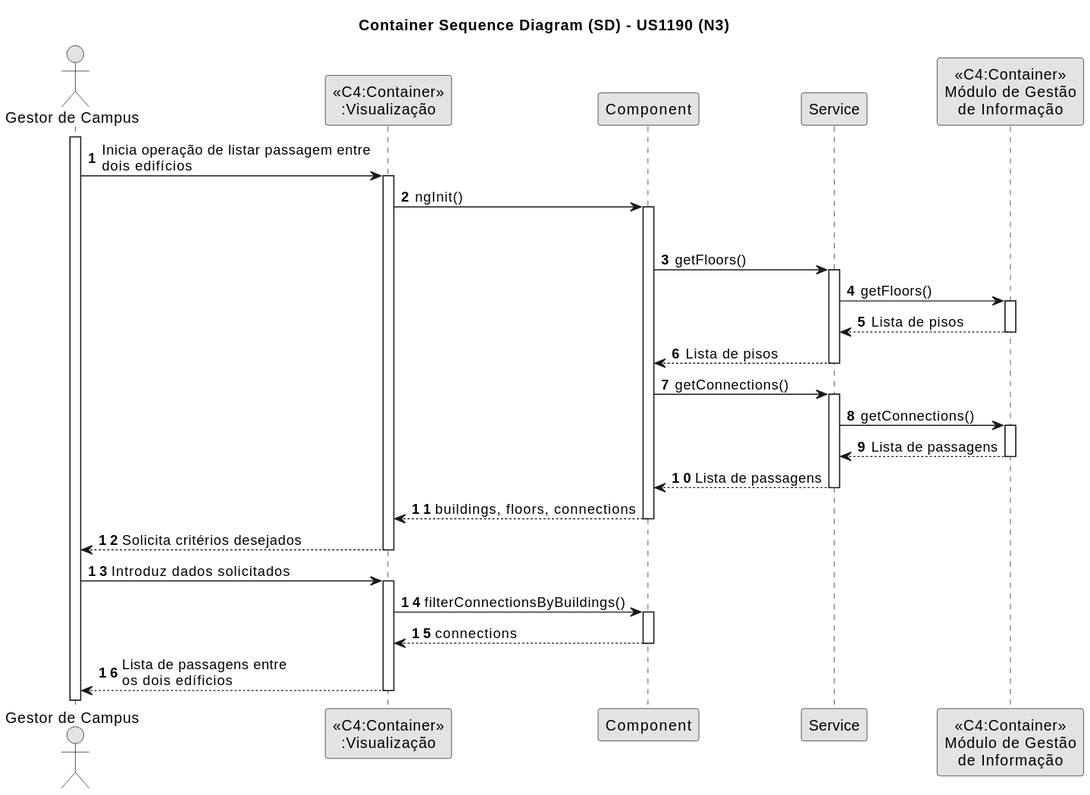
This is docs/SprintB/1211171/us1190/SD-N3-US1190.svg from pedrocmesquita/RobDroneGo, a PlantUML export, as it was before one commit.
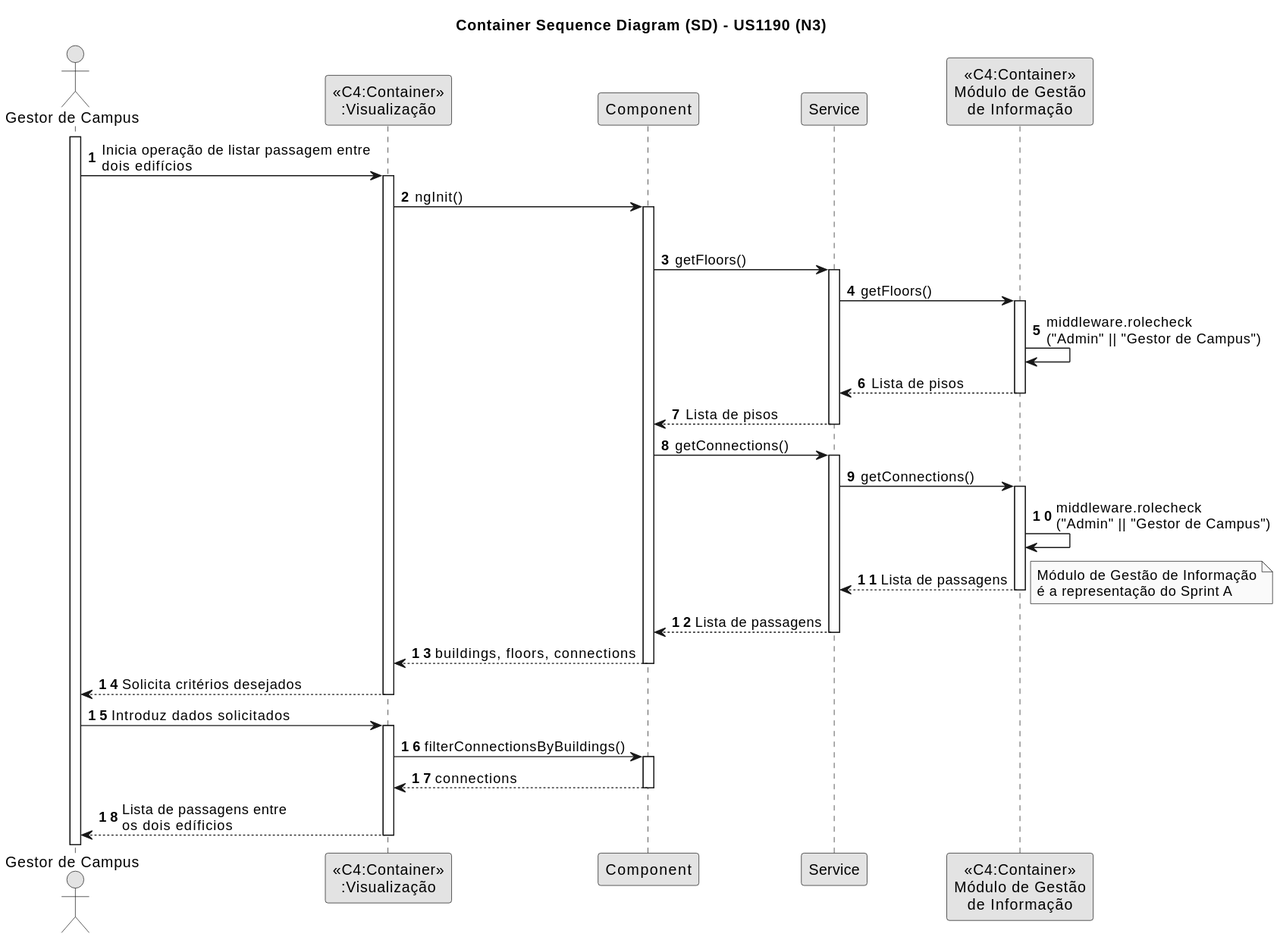
The same diagram one commit later.

The edit, as a diff of the source:
```diff
@@ -19,6 +19,7 @@
 activate Service
 Service -> "<<C4:Container>>\nMódulo de Gestão\nde Informação" : getFloors()
 activate "<<C4:Container>>\nMódulo de Gestão\nde Informação"
+"<<C4:Container>>\nMódulo de Gestão\nde Informação" -> "<<C4:Container>>\nMódulo de Gestão\nde Informação": middleware.rolecheck\n("Admin" || "Gestor de Campus")
 "<<C4:Container>>\nMódulo de Gestão\nde Informação" --> Service : Lista de pisos
 deactivate "<<C4:Container>>\nMódulo de Gestão\nde Informação"
 Service --> Component : Lista de pisos
@@ -28,7 +29,9 @@
 
 Service -> "<<C4:Container>>\nMódulo de Gestão\nde Informação" : getConnections()
 activate "<<C4:Container>>\nMódulo de Gestão\nde Informação"
+"<<C4:Container>>\nMódulo de Gestão\nde Informação" -> "<<C4:Container>>\nMódulo de Gestão\nde Informação": middleware.rolecheck\n("Admin" || "Gestor de Campus")
 "<<C4:Container>>\nMódulo de Gestão\nde Informação" --> Service: Lista de passagens
+note right: Módulo de Gestão de Informação\né a representação do Sprint A
 deactivate "<<C4:Container>>\nMódulo de Gestão\nde Informação"
 Service --> Component: Lista de passagens
 deactivate Service
```
